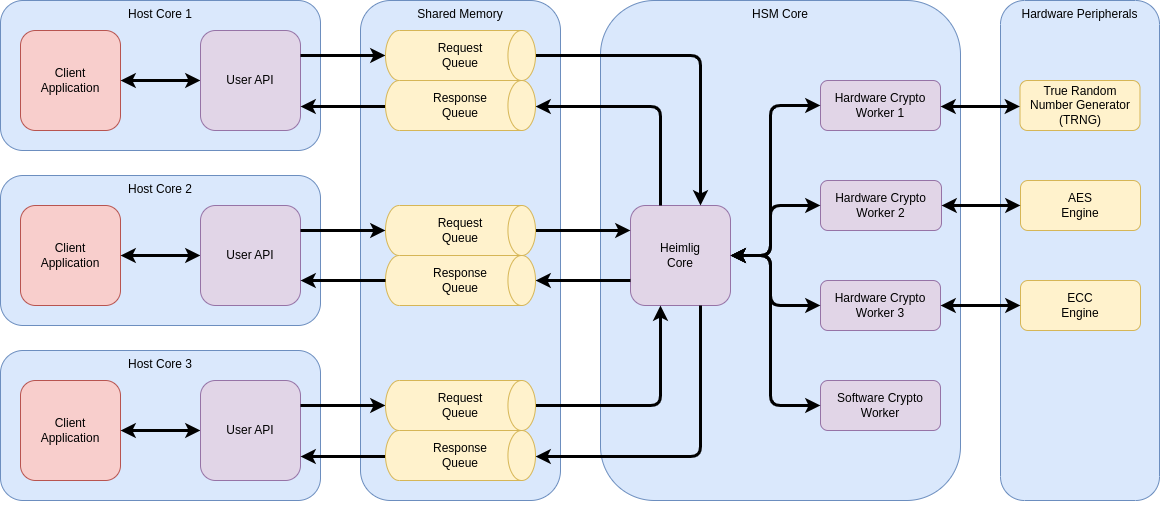
Above: doc/img/architecture.png in eclipse-heimlig/heimlig (draw.io), before the change. Source tidied: cells renumbered, new cells last; positions are measured from the earlier drawing's top-left corner, leaving out a move shared by most shapes.
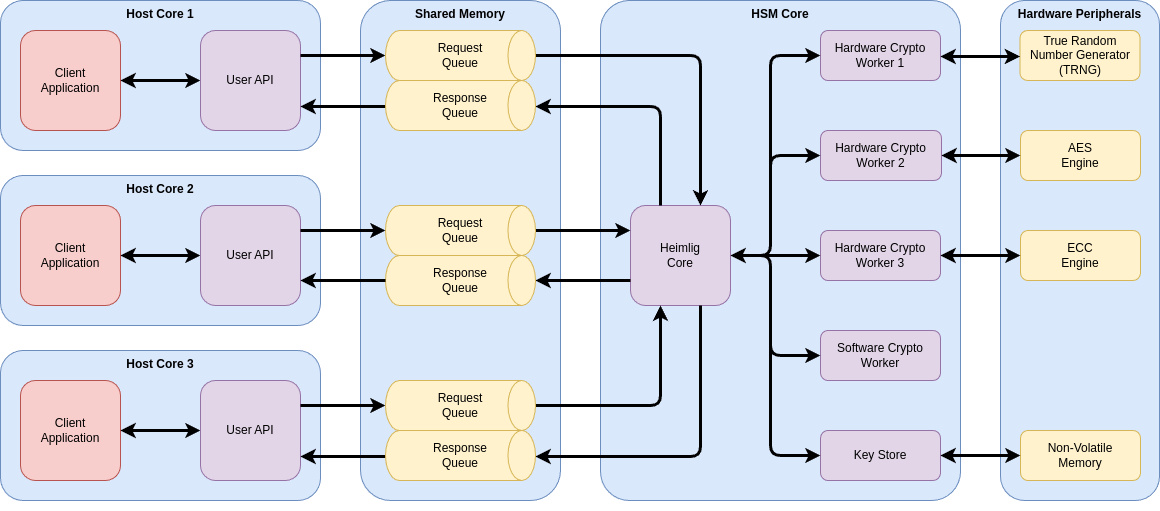
After the commit.

Commit message:
Add key store to architecture diagram

What changed in the source:
```diff
@@ -2,10 +2,10 @@
   <root>
     <mxCell id="0" />
     <mxCell id="1" value="Layer 1" parent="0" />
-    <mxCell id="2" value="Hardware Peripherals" style="rounded=1;whiteSpace=wrap;html=1;fillColor=#dae8fc;strokeColor=#6c8ebf;verticalAlign=top;" parent="1" vertex="1">
+    <mxCell id="2" value="Hardware Peripherals" style="rounded=1;whiteSpace=wrap;html=1;fillColor=#dae8fc;strokeColor=#6c8ebf;verticalAlign=top;fontStyle=1;" parent="1" vertex="1">
       <mxGeometry x="1000" width="159" height="500" as="geometry" />
     </mxCell>
-    <mxCell id="3" value="Host Core 1" style="rounded=1;whiteSpace=wrap;html=1;fillColor=#dae8fc;strokeColor=#6c8ebf;verticalAlign=top;" parent="1" vertex="1">
+    <mxCell id="3" value="Host Core 1" style="rounded=1;whiteSpace=wrap;html=1;fillColor=#dae8fc;strokeColor=#6c8ebf;verticalAlign=top;fontStyle=1;" parent="1" vertex="1">
       <mxGeometry width="320" height="150" as="geometry" />
     </mxCell>
     <mxCell id="4" style="edgeStyle=orthogonalEdgeStyle;rounded=0;orthogonalLoop=1;jettySize=auto;html=1;exitX=0.5;exitY=1;exitDx=0;exitDy=0;startArrow=classic;startFill=1;strokeWidth=2;" parent="1" edge="1" source="3" target="3">
@@ -20,36 +20,36 @@
     <mxCell id="7" value="User API" style="whiteSpace=wrap;html=1;fillColor=#e1d5e7;strokeColor=#9673a6;rounded=1;" parent="1" vertex="1">
       <mxGeometry x="200" y="30" width="100" height="100" as="geometry" />
     </mxCell>
-    <mxCell id="8" value="HSM Core" style="rounded=1;whiteSpace=wrap;html=1;fillColor=#dae8fc;strokeColor=#6c8ebf;verticalAlign=top;" parent="1" vertex="1">
+    <mxCell id="8" value="HSM Core" style="rounded=1;whiteSpace=wrap;html=1;fillColor=#dae8fc;strokeColor=#6c8ebf;verticalAlign=top;arcSize=8;fontStyle=1;" parent="1" vertex="1">
       <mxGeometry x="600" width="360" height="500" as="geometry" />
     </mxCell>
     <mxCell id="9" value="Heimlig&lt;br&gt;Core" style="whiteSpace=wrap;html=1;fillColor=#e1d5e7;strokeColor=#9673a6;rounded=1;" parent="1" vertex="1">
       <mxGeometry x="630" y="205" width="100" height="100" as="geometry" />
     </mxCell>
     <mxCell id="10" value="Hardware Crypto Worker 1" style="rounded=1;whiteSpace=wrap;html=1;fillColor=#e1d5e7;strokeColor=#9673a6;" parent="1" vertex="1">
-      <mxGeometry x="820" y="80" width="120" height="50" as="geometry" />
+      <mxGeometry x="820" y="30" width="120" height="50" as="geometry" />
     </mxCell>
     <mxCell id="11" value="Hardware Crypto Worker 2" style="rounded=1;whiteSpace=wrap;html=1;fillColor=#e1d5e7;strokeColor=#9673a6;" parent="1" vertex="1">
-      <mxGeometry x="820" y="180" width="121" height="50" as="geometry" />
+      <mxGeometry x="820" y="130" width="121" height="50" as="geometry" />
     </mxCell>
     <mxCell id="12" value="Hardware Crypto Worker 3" style="rounded=1;whiteSpace=wrap;html=1;fillColor=#e1d5e7;strokeColor=#9673a6;" parent="1" vertex="1">
-      <mxGeometry x="820" y="280" width="120" height="50" as="geometry" />
+      <mxGeometry x="820" y="230" width="120" height="50" as="geometry" />
     </mxCell>
     <mxCell id="13" value="Software Crypto Worker" style="rounded=1;whiteSpace=wrap;html=1;fillColor=#e1d5e7;strokeColor=#9673a6;" parent="1" vertex="1">
-      <mxGeometry x="820" y="380" width="120" height="50" as="geometry" />
+      <mxGeometry x="820" y="330" width="120" height="50" as="geometry" />
     </mxCell>
     <mxCell id="14" style="edgeStyle=orthogonalEdgeStyle;rounded=0;orthogonalLoop=1;jettySize=auto;html=1;exitX=0.5;exitY=1;exitDx=0;exitDy=0;" parent="1" edge="1" source="10" target="10">
       <mxGeometry relative="1" as="geometry" />
     </mxCell>
-    <mxCell id="15" style="endArrow=classic;html=1;strokeWidth=3;edgeStyle=orthogonalEdgeStyle;startArrow=classic;startFill=1;rounded=1;" parent="1" edge="1" source="10" target="9">
+    <mxCell id="15" style="endArrow=classic;html=1;strokeWidth=3;edgeStyle=orthogonalEdgeStyle;startArrow=classic;startFill=1;rounded=1;exitX=0;exitY=0.5;exitDx=0;exitDy=0;" parent="1" edge="1" source="10" target="9">
       <mxGeometry relative="1" as="geometry">
         <Array as="points">
-          <mxPoint x="770" y="105" />
+          <mxPoint x="770" y="55" />
           <mxPoint x="770" y="255" />
         </Array>
       </mxGeometry>
     </mxCell>
-    <mxCell id="16" value="Shared Memory" style="rounded=1;whiteSpace=wrap;html=1;fillColor=#dae8fc;strokeColor=#6c8ebf;verticalAlign=top;" parent="1" vertex="1">
+    <mxCell id="16" value="Shared Memory" style="rounded=1;whiteSpace=wrap;html=1;fillColor=#dae8fc;strokeColor=#6c8ebf;verticalAlign=top;fontStyle=1;" parent="1" vertex="1">
       <mxGeometry x="360" width="200" height="500" as="geometry" />
     </mxCell>
     <mxCell id="17" style="edgeStyle=orthogonalEdgeStyle;rounded=1;jettySize=auto;html=1;strokeWidth=3;" parent="1" edge="1" source="29" target="7">
@@ -112,26 +112,26 @@
         </Array>
       </mxGeometry>
     </mxCell>
-    <mxCell id="25" style="endArrow=classic;html=1;strokeWidth=3;edgeStyle=orthogonalEdgeStyle;startArrow=classic;startFill=1;rounded=1;" parent="1" edge="1" source="11" target="9">
+    <mxCell id="25" style="endArrow=classic;html=1;strokeWidth=3;edgeStyle=orthogonalEdgeStyle;startArrow=classic;startFill=1;rounded=1;exitX=0;exitY=0.5;exitDx=0;exitDy=0;" parent="1" edge="1" source="11" target="9">
       <mxGeometry relative="1" as="geometry">
         <Array as="points">
-          <mxPoint x="770" y="205" />
+          <mxPoint x="770" y="155" />
           <mxPoint x="770" y="255" />
         </Array>
       </mxGeometry>
     </mxCell>
-    <mxCell id="26" style="endArrow=classic;html=1;strokeWidth=3;edgeStyle=orthogonalEdgeStyle;startArrow=classic;startFill=1;rounded=1;" parent="1" edge="1" source="12" target="9">
+    <mxCell id="26" style="endArrow=classic;html=1;strokeWidth=3;edgeStyle=orthogonalEdgeStyle;startArrow=classic;startFill=1;rounded=1;exitX=0;exitY=0.5;exitDx=0;exitDy=0;" parent="1" edge="1" source="12" target="9">
       <mxGeometry relative="1" as="geometry">
         <Array as="points">
-          <mxPoint x="770" y="305" />
-          <mxPoint x="770" y="255" />
+          <mxPoint x="800" y="255" />
+          <mxPoint x="800" y="255" />
         </Array>
       </mxGeometry>
     </mxCell>
-    <mxCell id="27" style="endArrow=classic;html=1;strokeWidth=3;edgeStyle=orthogonalEdgeStyle;startArrow=classic;startFill=1;rounded=1;" parent="1" edge="1" source="13" target="9">
+    <mxCell id="27" style="endArrow=classic;html=1;strokeWidth=3;edgeStyle=orthogonalEdgeStyle;startArrow=classic;startFill=1;rounded=1;exitX=0;exitY=0.5;exitDx=0;exitDy=0;" parent="1" edge="1" source="13" target="9">
       <mxGeometry relative="1" as="geometry">
         <Array as="points">
-          <mxPoint x="770" y="405" />
+          <mxPoint x="770" y="355" />
           <mxPoint x="770" y="255" />
         </Array>
       </mxGeometry>
@@ -148,7 +148,7 @@
     <mxCell id="31" value="Response&lt;br&gt;Queue" style="strokeWidth=1;html=1;shape=mxgraph.flowchart.direct_data;whiteSpace=wrap;rounded=0;fillColor=#fff2cc;strokeColor=#d6b656;" parent="1" vertex="1">
       <mxGeometry x="385" y="255" width="150" height="50" as="geometry" />
     </mxCell>
-    <mxCell id="32" value="Host&amp;nbsp;Core 2" style="rounded=1;whiteSpace=wrap;html=1;fillColor=#dae8fc;strokeColor=#6c8ebf;verticalAlign=top;" parent="1" vertex="1">
+    <mxCell id="32" value="Host&amp;nbsp;Core 2" style="rounded=1;whiteSpace=wrap;html=1;fillColor=#dae8fc;strokeColor=#6c8ebf;verticalAlign=top;fontStyle=1;" parent="1" vertex="1">
       <mxGeometry y="175" width="320" height="150" as="geometry" />
     </mxCell>
     <mxCell id="33" style="edgeStyle=orthogonalEdgeStyle;rounded=0;orthogonalLoop=1;jettySize=auto;html=1;exitX=0.5;exitY=1;exitDx=0;exitDy=0;startArrow=classic;startFill=1;strokeWidth=2;" parent="1" edge="1">
@@ -182,7 +182,7 @@
         </Array>
       </mxGeometry>
     </mxCell>
-    <mxCell id="39" value="Host&amp;nbsp;Core 3" style="rounded=1;whiteSpace=wrap;html=1;fillColor=#dae8fc;strokeColor=#6c8ebf;verticalAlign=top;" parent="1" vertex="1">
+    <mxCell id="39" value="Host&amp;nbsp;Core 3" style="rounded=1;whiteSpace=wrap;html=1;fillColor=#dae8fc;strokeColor=#6c8ebf;verticalAlign=top;fontStyle=1;" parent="1" vertex="1">
       <mxGeometry y="350" width="320" height="150" as="geometry" />
     </mxCell>
     <mxCell id="40" style="edgeStyle=orthogonalEdgeStyle;rounded=0;orthogonalLoop=1;jettySize=auto;html=1;exitX=0.5;exitY=1;exitDx=0;exitDy=0;startArrow=classic;startFill=1;strokeWidth=2;" parent="1" edge="1" source="39" target="39">
@@ -220,37 +220,54 @@
       <mxGeometry x="385" y="430" width="150" height="50" as="geometry" />
     </mxCell>
     <mxCell id="48" value="True Random Number Generator&lt;br&gt;(TRNG)" style="rounded=1;whiteSpace=wrap;html=1;fillColor=#fff2cc;strokeColor=#d6b656;" parent="1" vertex="1">
-      <mxGeometry x="1019.5" y="80" width="120" height="50" as="geometry" />
+      <mxGeometry x="1019.5" y="30" width="120" height="50" as="geometry" />
     </mxCell>
     <mxCell id="49" value="AES&lt;br&gt;Engine" style="rounded=1;whiteSpace=wrap;html=1;fillColor=#fff2cc;strokeColor=#d6b656;" parent="1" vertex="1">
-      <mxGeometry x="1020" y="180" width="120" height="50" as="geometry" />
+      <mxGeometry x="1020" y="130" width="120" height="50" as="geometry" />
     </mxCell>
     <mxCell id="50" value="ECC&lt;br&gt;Engine" style="rounded=1;whiteSpace=wrap;html=1;fillColor=#fff2cc;strokeColor=#d6b656;" parent="1" vertex="1">
-      <mxGeometry x="1020" y="280" width="120" height="50" as="geometry" />
+      <mxGeometry x="1020" y="230" width="120" height="50" as="geometry" />
     </mxCell>
     <mxCell id="51" style="endArrow=classic;html=1;rounded=1;edgeStyle=orthogonalEdgeStyle;strokeWidth=3;startArrow=classic;startFill=1;" parent="1" edge="1" source="10" target="48">
       <mxGeometry relative="1" as="geometry">
         <Array as="points">
-          <mxPoint x="960" y="106" />
-          <mxPoint x="960" y="106" />
+          <mxPoint x="960" y="56" />
+          <mxPoint x="960" y="56" />
         </Array>
       </mxGeometry>
     </mxCell>
     <mxCell id="52" style="endArrow=classic;html=1;rounded=1;edgeStyle=orthogonalEdgeStyle;strokeWidth=3;startArrow=classic;startFill=1;" parent="1" edge="1" source="11" target="49">
       <mxGeometry relative="1" as="geometry">
         <Array as="points">
-          <mxPoint x="980" y="205" />
-          <mxPoint x="980" y="205" />
+          <mxPoint x="980" y="155" />
+          <mxPoint x="980" y="155" />
         </Array>
       </mxGeometry>
     </mxCell>
     <mxCell id="53" style="endArrow=classic;html=1;rounded=1;edgeStyle=orthogonalEdgeStyle;strokeWidth=3;startArrow=classic;startFill=1;" parent="1" edge="1" source="12" target="50">
       <mxGeometry relative="1" as="geometry">
         <Array as="points">
-          <mxPoint x="970" y="305" />
-          <mxPoint x="970" y="305" />
+          <mxPoint x="970" y="255" />
+          <mxPoint x="970" y="255" />
         </Array>
       </mxGeometry>
     </mxCell>
+    <mxCell id="54" value="Key Store" style="rounded=1;whiteSpace=wrap;html=1;fillColor=#e1d5e7;strokeColor=#9673a6;" parent="1" vertex="1">
+      <mxGeometry x="820" y="430" width="120" height="50" as="geometry" />
+    </mxCell>
+    <mxCell id="55" style="endArrow=classic;html=1;strokeWidth=3;edgeStyle=orthogonalEdgeStyle;startArrow=classic;startFill=1;rounded=1;exitX=0;exitY=0.5;exitDx=0;exitDy=0;entryX=1;entryY=0.5;entryDx=0;entryDy=0;" parent="1" edge="1" source="54" target="9">
+      <mxGeometry relative="1" as="geometry">
+        <Array as="points">
+          <mxPoint x="770" y="455" />
+          <mxPoint x="770" y="255" />
+        </Array>
+      </mxGeometry>
+    </mxCell>
+    <mxCell id="56" value="Non-Volatile&lt;br&gt;Memory" style="rounded=1;whiteSpace=wrap;html=1;fillColor=#fff2cc;strokeColor=#d6b656;" parent="1" vertex="1">
+      <mxGeometry x="1020" y="430" width="120" height="50" as="geometry" />
+    </mxCell>
+    <mxCell id="57" style="endArrow=classic;html=1;rounded=1;edgeStyle=orthogonalEdgeStyle;strokeWidth=3;startArrow=classic;startFill=1;" parent="1" edge="1" source="54" target="56">
+      <mxGeometry relative="1" as="geometry" />
+    </mxCell>
   </root>
 </mxGraphModel>
```
